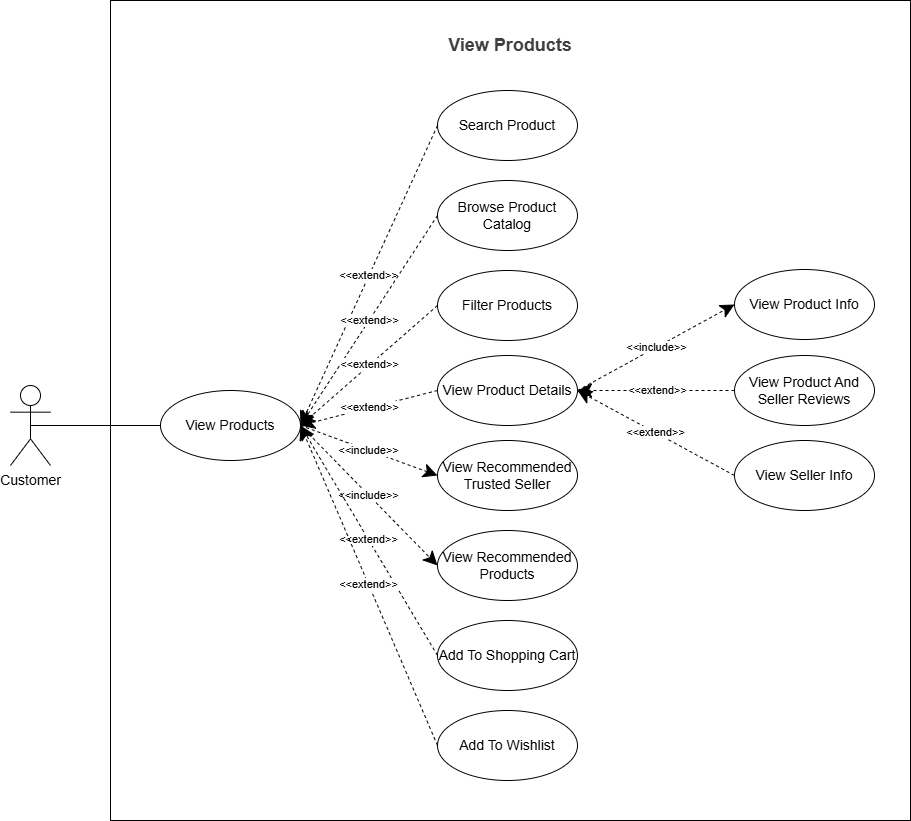
This is docs/usecases/detailed/view_products.drawio.png from Thu-sunrise/cloud_computing, a draw.io export, as it was before one commit. Source tidied: cells renumbered, new cells last; positions are measured from the earlier drawing's top-left corner, leaving out a move shared by most shapes.
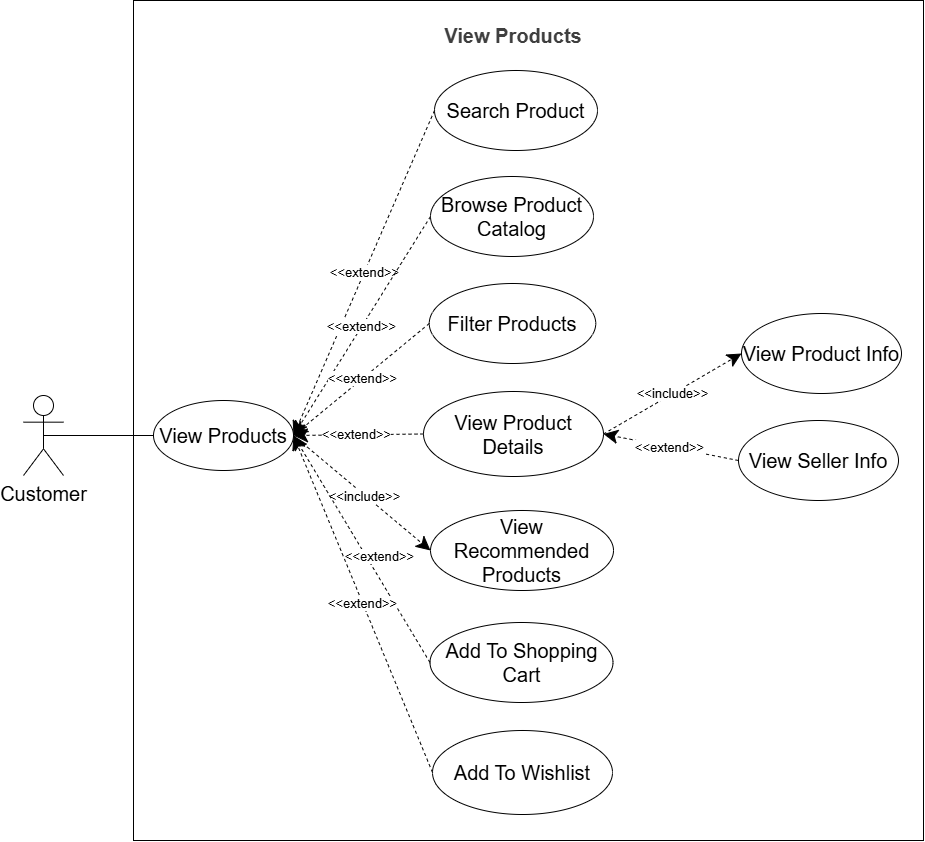
The same diagram one commit later.

Commit message:
Update usecase manage account and usecase view product

Change to the diagram source:
```diff
@@ -2,88 +2,76 @@
   <root>
     <mxCell id="0" />
     <mxCell id="1" parent="0" />
-    <mxCell id="2" style="rounded=0;whiteSpace=wrap;html=1;" parent="1" vertex="1">
-      <mxGeometry x="100" width="800" height="820" as="geometry" />
-    </mxCell>
+    <mxCell id="29" style="rounded=0;whiteSpace=wrap;html=1;" parent="1" vertex="1">
+      <mxGeometry x="154" y="82" width="790" height="840" as="geometry" />
+    </mxCell>
-    <mxCell id="3" value="&lt;font style=&quot;font-size: 14px;&quot;&gt;Search Product&lt;/font&gt;" style="ellipse;whiteSpace=wrap;html=1;" parent="1" vertex="1">
-      <mxGeometry x="427" y="90" width="140" height="70" as="geometry" />
+    <mxCell id="3" value="&lt;font style=&quot;font-size: 20px;&quot;&gt;Search Product&lt;/font&gt;" style="ellipse;whiteSpace=wrap;html=1;" parent="1" vertex="1">
+      <mxGeometry x="455" y="152" width="163" height="80" as="geometry" />
     </mxCell>
-    <mxCell id="4" value="&lt;font style=&quot;font-size: 14px;&quot;&gt;Browse Product Catalog&lt;/font&gt;" style="ellipse;whiteSpace=wrap;html=1;" parent="1" vertex="1">
-      <mxGeometry x="427" y="180" width="140" height="70" as="geometry" />
+    <mxCell id="4" value="&lt;font style=&quot;font-size: 20px;&quot;&gt;Browse Product Catalog&lt;/font&gt;" style="ellipse;whiteSpace=wrap;html=1;" parent="1" vertex="1">
+      <mxGeometry x="451" y="258" width="163" height="80" as="geometry" />
     </mxCell>
-    <mxCell id="5" value="&lt;font style=&quot;font-size: 14px;&quot;&gt;Filter Products&lt;/font&gt;" style="ellipse;whiteSpace=wrap;html=1;" parent="1" vertex="1">
-      <mxGeometry x="427" y="270" width="140" height="70" as="geometry" />
+    <mxCell id="5" value="&lt;font style=&quot;font-size: 20px;&quot;&gt;Filter Products&lt;/font&gt;" style="ellipse;whiteSpace=wrap;html=1;" parent="1" vertex="1">
+      <mxGeometry x="449.8" y="365" width="166.5" height="80" as="geometry" />
     </mxCell>
-    <mxCell id="6" value="&lt;font style=&quot;font-size: 14px;&quot;&gt;View Product Details&lt;/font&gt;" style="ellipse;whiteSpace=wrap;html=1;" parent="1" vertex="1">
-      <mxGeometry x="427" y="355" width="140" height="70" as="geometry" />
+    <mxCell id="6" value="&lt;font style=&quot;font-size: 20px;&quot;&gt;View Product Details&lt;/font&gt;" style="ellipse;whiteSpace=wrap;html=1;" parent="1" vertex="1">
+      <mxGeometry x="444" y="473" width="180" height="85" as="geometry" />
     </mxCell>
-    <mxCell id="7" value="&lt;font style=&quot;font-size: 14px;&quot;&gt;View Recommended Products&lt;/font&gt;" style="ellipse;whiteSpace=wrap;html=1;" parent="1" vertex="1">
-      <mxGeometry x="427" y="530" width="140" height="70" as="geometry" />
+    <mxCell id="7" value="&lt;font style=&quot;font-size: 20px;&quot;&gt;View Recommended Products&lt;/font&gt;" style="ellipse;whiteSpace=wrap;html=1;" parent="1" vertex="1">
+      <mxGeometry x="451" y="592" width="183" height="80" as="geometry" />
     </mxCell>
-    <mxCell id="8" value="&lt;font style=&quot;font-size: 14px;&quot;&gt;View Product And Seller Reviews&lt;/font&gt;" style="ellipse;whiteSpace=wrap;html=1;" parent="1" vertex="1">
-      <mxGeometry x="724" y="355" width="140" height="70" as="geometry" />
-    </mxCell>
-    <mxCell id="9" value="&lt;font style=&quot;font-size: 14px;&quot;&gt;View Seller Info&lt;/font&gt;" style="ellipse;whiteSpace=wrap;html=1;" parent="1" vertex="1">
-      <mxGeometry x="724" y="440" width="140" height="70" as="geometry" />
+    <mxCell id="9" value="&lt;font style=&quot;font-size: 20px;&quot;&gt;View Seller Info&lt;/font&gt;" style="ellipse;whiteSpace=wrap;html=1;" parent="1" vertex="1">
+      <mxGeometry x="759" y="502" width="160" height="80" as="geometry" />
     </mxCell>
-    <mxCell id="10" value="&lt;font style=&quot;font-size: 14px;&quot;&gt;View Recommended Trusted Seller&lt;/font&gt;" style="ellipse;whiteSpace=wrap;html=1;" parent="1" vertex="1">
-      <mxGeometry x="427" y="440" width="140" height="70" as="geometry" />
-    </mxCell>
-    <mxCell id="11" value="&lt;span style=&quot;font-size: 14px;&quot;&gt;Add To Shopping Cart&lt;/span&gt;" style="ellipse;whiteSpace=wrap;html=1;" parent="1" vertex="1">
-      <mxGeometry x="427" y="620" width="140" height="70" as="geometry" />
+    <mxCell id="11" value="&lt;font style=&quot;font-size: 20px;&quot;&gt;Add To Shopping Cart&lt;/font&gt;" style="ellipse;whiteSpace=wrap;html=1;" parent="1" vertex="1">
+      <mxGeometry x="450.5" y="704" width="183" height="80" as="geometry" />
     </mxCell>
-    <mxCell id="12" style="rounded=0;jettySize=auto;html=1;exitX=0.5;exitY=0.5;exitDx=0;exitDy=0;exitPerimeter=0;entryX=0;entryY=0.5;entryDx=0;entryDy=0;endArrow=none;endFill=0;" parent="1" edge="1" source="13" target="14">
-      <mxGeometry relative="1" as="geometry" />
-    </mxCell>
+    <mxCell id="30" style="rounded=0;jettySize=auto;html=1;exitX=0.5;exitY=0.5;exitDx=0;exitDy=0;exitPerimeter=0;entryX=0;entryY=0.5;entryDx=0;entryDy=0;endArrow=none;endFill=0;" parent="1" edge="1" source="13" target="31">
+      <mxGeometry relative="1" as="geometry" />
+    </mxCell>
-    <mxCell id="13" value="&lt;span style=&quot;font-size: 14px;&quot;&gt;Customer&lt;/span&gt;" style="shape=umlActor;verticalLabelPosition=bottom;verticalAlign=top;html=1;" parent="1" vertex="1">
-      <mxGeometry y="385" width="40" height="80" as="geometry" />
+    <mxCell id="13" value="&lt;font style=&quot;font-size: 20px;&quot;&gt;Customer&lt;/font&gt;" style="shape=umlActor;verticalLabelPosition=bottom;verticalAlign=top;html=1;" parent="1" vertex="1">
+      <mxGeometry x="44" y="477" width="40" height="80" as="geometry" />
     </mxCell>
-    <mxCell id="14" value="&lt;font style=&quot;font-size: 14px;&quot;&gt;View Products&lt;/font&gt;" style="ellipse;whiteSpace=wrap;html=1;" parent="1" vertex="1">
-      <mxGeometry x="150" y="390" width="140" height="70" as="geometry" />
-    </mxCell>
+    <mxCell id="31" value="&lt;font style=&quot;font-size: 20px;&quot;&gt;View Products&lt;/font&gt;" style="ellipse;whiteSpace=wrap;html=1;" parent="1" vertex="1">
+      <mxGeometry x="174" y="482" width="140" height="70" as="geometry" />
+    </mxCell>
-    <mxCell id="15" value="&amp;lt;&amp;lt;extend&amp;gt;&amp;gt;" style="endArrow=classic;endSize=12;dashed=1;html=1;rounded=0;exitX=0;exitY=0.5;exitDx=0;exitDy=0;entryX=1;entryY=0.5;entryDx=0;entryDy=0;endFill=1;" parent="1" edge="1" source="9" target="6">
+    <mxCell id="15" value="&lt;font style=&quot;font-size: 13px;&quot;&gt;&amp;lt;&amp;lt;extend&amp;gt;&amp;gt;&lt;/font&gt;" style="endArrow=classic;endSize=12;dashed=1;html=1;rounded=0;exitX=0;exitY=0.5;exitDx=0;exitDy=0;entryX=1;entryY=0.5;entryDx=0;entryDy=0;endFill=1;" parent="1" edge="1" source="9" target="6">
       <mxGeometry relative="1" as="geometry" />
     </mxCell>
-    <mxCell id="16" value="&amp;lt;&amp;lt;extend&amp;gt;&amp;gt;" style="endArrow=classic;endSize=12;dashed=1;html=1;rounded=0;exitX=0;exitY=0.5;exitDx=0;exitDy=0;endFill=1;" parent="1" edge="1" source="3">
-      <mxGeometry relative="1" as="geometry">
-        <mxPoint x="290" y="425" as="targetPoint" />
-      </mxGeometry>
-    </mxCell>
-    <mxCell id="17" value="&amp;lt;&amp;lt;extend&amp;gt;&amp;gt;" style="endArrow=classic;endSize=12;dashed=1;html=1;rounded=0;exitX=0;exitY=0.5;exitDx=0;exitDy=0;entryX=1;entryY=0.5;entryDx=0;entryDy=0;endFill=1;" parent="1" edge="1" source="4" target="14">
-      <mxGeometry relative="1" as="geometry" />
-    </mxCell>
-    <mxCell id="18" value="&amp;lt;&amp;lt;extend&amp;gt;&amp;gt;" style="endArrow=classic;endSize=12;dashed=1;html=1;rounded=0;exitX=0;exitY=0.5;exitDx=0;exitDy=0;entryX=1;entryY=0.5;entryDx=0;entryDy=0;endFill=1;" parent="1" edge="1" source="5" target="14">
-      <mxGeometry relative="1" as="geometry" />
-    </mxCell>
-    <mxCell id="19" value="&amp;lt;&amp;lt;extend&amp;gt;&amp;gt;" style="endArrow=classic;endSize=12;dashed=1;html=1;rounded=0;exitX=0;exitY=0.5;exitDx=0;exitDy=0;entryX=1;entryY=0.5;entryDx=0;entryDy=0;endFill=1;" parent="1" edge="1" source="6" target="14">
-      <mxGeometry relative="1" as="geometry" />
-    </mxCell>
-    <mxCell id="20" value="&amp;lt;&amp;lt;include&amp;gt;&amp;gt;" style="endArrow=classic;endSize=12;dashed=1;html=1;rounded=0;entryX=0;entryY=0.5;entryDx=0;entryDy=0;exitX=1;exitY=0.5;exitDx=0;exitDy=0;endFill=1;" parent="1" edge="1" source="14" target="10">
-      <mxGeometry relative="1" as="geometry" />
-    </mxCell>
-    <mxCell id="21" value="&amp;lt;&amp;lt;include&amp;gt;&amp;gt;" style="endArrow=classic;endSize=12;dashed=1;html=1;rounded=0;exitX=1;exitY=0.5;exitDx=0;exitDy=0;entryX=0;entryY=0.5;entryDx=0;entryDy=0;endFill=1;" parent="1" edge="1" source="14" target="7">
-      <mxGeometry relative="1" as="geometry" />
-    </mxCell>
-    <mxCell id="22" value="&amp;lt;&amp;lt;extend&amp;gt;&amp;gt;" style="endArrow=classic;endSize=12;dashed=1;html=1;rounded=0;exitX=0;exitY=0.5;exitDx=0;exitDy=0;endFill=1;entryX=1;entryY=0.5;entryDx=0;entryDy=0;" parent="1" edge="1" source="11" target="14">
-      <mxGeometry relative="1" as="geometry" />
-    </mxCell>
+    <mxCell id="32" value="&lt;font style=&quot;font-size: 13px;&quot;&gt;&amp;lt;&amp;lt;extend&amp;gt;&amp;gt;&lt;/font&gt;" style="endArrow=classic;endSize=12;dashed=1;html=1;rounded=0;exitX=0;exitY=0.5;exitDx=0;exitDy=0;endFill=1;" parent="1" edge="1" source="3">
+      <mxGeometry relative="1" as="geometry">
+        <mxPoint x="314" y="517" as="targetPoint" />
+      </mxGeometry>
+    </mxCell>
+    <mxCell id="33" value="&lt;font style=&quot;font-size: 13px;&quot;&gt;&amp;lt;&amp;lt;extend&amp;gt;&amp;gt;&lt;/font&gt;" style="endArrow=classic;endSize=12;dashed=1;html=1;rounded=0;exitX=0;exitY=0.5;exitDx=0;exitDy=0;entryX=1;entryY=0.5;entryDx=0;entryDy=0;endFill=1;" parent="1" edge="1" source="4" target="31">
+      <mxGeometry relative="1" as="geometry" />
+    </mxCell>
+    <mxCell id="34" value="&lt;font style=&quot;font-size: 13px;&quot;&gt;&amp;lt;&amp;lt;extend&amp;gt;&amp;gt;&lt;/font&gt;" style="endArrow=classic;endSize=12;dashed=1;html=1;rounded=0;exitX=0;exitY=0.5;exitDx=0;exitDy=0;entryX=1;entryY=0.5;entryDx=0;entryDy=0;endFill=1;" parent="1" edge="1" source="5" target="31">
+      <mxGeometry relative="1" as="geometry" />
+    </mxCell>
+    <mxCell id="35" value="&lt;font style=&quot;font-size: 13px;&quot;&gt;&amp;lt;&amp;lt;extend&amp;gt;&amp;gt;&lt;/font&gt;" style="endArrow=classic;endSize=12;dashed=1;html=1;rounded=0;exitX=0;exitY=0.5;exitDx=0;exitDy=0;entryX=1;entryY=0.5;entryDx=0;entryDy=0;endFill=1;" parent="1" edge="1" source="6" target="31">
+      <mxGeometry relative="1" as="geometry" />
+    </mxCell>
+    <mxCell id="36" value="&lt;font style=&quot;font-size: 13px;&quot;&gt;&amp;lt;&amp;lt;include&amp;gt;&amp;gt;&lt;/font&gt;" style="endArrow=classic;endSize=12;dashed=1;html=1;rounded=0;exitX=1;exitY=0.5;exitDx=0;exitDy=0;entryX=0;entryY=0.5;entryDx=0;entryDy=0;endFill=1;" parent="1" edge="1" source="31" target="7">
+      <mxGeometry x="0.03" y="-1" relative="1" as="geometry" />
+    </mxCell>
+    <mxCell id="37" value="&lt;font style=&quot;font-size: 13px;&quot;&gt;&amp;lt;&amp;lt;extend&amp;gt;&amp;gt;&lt;/font&gt;" style="endArrow=classic;endSize=12;dashed=1;html=1;rounded=0;exitX=0;exitY=0.5;exitDx=0;exitDy=0;endFill=1;entryX=1;entryY=0.5;entryDx=0;entryDy=0;" parent="1" edge="1" source="11" target="31">
+      <mxGeometry x="-0.12" y="-11" relative="1" as="geometry" />
+    </mxCell>
-    <mxCell id="23" value="&lt;span style=&quot;font-size: 14px;&quot;&gt;View Product Info&lt;/span&gt;" style="ellipse;whiteSpace=wrap;html=1;" parent="1" vertex="1">
-      <mxGeometry x="724" y="269" width="140" height="70" as="geometry" />
+    <mxCell id="23" value="&lt;font style=&quot;font-size: 20px;&quot;&gt;View Product Info&lt;/font&gt;" style="ellipse;whiteSpace=wrap;html=1;" parent="1" vertex="1">
+      <mxGeometry x="762" y="395" width="160" height="80" as="geometry" />
     </mxCell>
-    <mxCell id="24" value="&amp;lt;&amp;lt;include&amp;gt;&amp;gt;" style="endArrow=classic;endSize=12;dashed=1;html=1;rounded=0;exitX=1;exitY=0.5;exitDx=0;exitDy=0;entryX=0;entryY=0.5;entryDx=0;entryDy=0;endFill=1;" parent="1" edge="1" source="6" target="23">
+    <mxCell id="24" value="&lt;font style=&quot;font-size: 13px;&quot;&gt;&amp;lt;&amp;lt;include&amp;gt;&amp;gt;&lt;/font&gt;" style="endArrow=classic;endSize=12;dashed=1;html=1;rounded=0;exitX=1;exitY=0.5;exitDx=0;exitDy=0;entryX=0;entryY=0.5;entryDx=0;entryDy=0;endFill=1;" parent="1" edge="1" source="6" target="23">
       <mxGeometry relative="1" as="geometry" />
     </mxCell>
-    <mxCell id="25" value="&lt;span style=&quot;font-size: 14px;&quot;&gt;Add To Wishlist&lt;/span&gt;" style="ellipse;whiteSpace=wrap;html=1;" parent="1" vertex="1">
-      <mxGeometry x="427" y="710" width="140" height="70" as="geometry" />
+    <mxCell id="25" value="&lt;font style=&quot;font-size: 20px;&quot;&gt;Add To Wishlist&lt;/font&gt;" style="ellipse;whiteSpace=wrap;html=1;" parent="1" vertex="1">
+      <mxGeometry x="453" y="812" width="180" height="84" as="geometry" />
     </mxCell>
-    <mxCell id="26" value="&amp;lt;&amp;lt;extend&amp;gt;&amp;gt;" style="endArrow=classic;endSize=12;dashed=1;html=1;rounded=0;exitX=0;exitY=0.5;exitDx=0;exitDy=0;entryX=1;entryY=0.5;entryDx=0;entryDy=0;endFill=1;" parent="1" edge="1" source="25" target="14">
-      <mxGeometry relative="1" as="geometry" />
-    </mxCell>
-    <mxCell id="27" value="&amp;lt;&amp;lt;extend&amp;gt;&amp;gt;" style="endArrow=classic;endSize=12;dashed=1;html=1;rounded=0;exitX=0;exitY=0.5;exitDx=0;exitDy=0;entryX=1;entryY=0.5;entryDx=0;entryDy=0;endFill=1;" parent="1" edge="1" source="8" target="6">
-      <mxGeometry relative="1" as="geometry" />
-    </mxCell>
-    <mxCell id="28" value="&lt;span style=&quot;color: rgb(63, 63, 63);&quot;&gt;&lt;b style=&quot;&quot;&gt;&lt;font style=&quot;font-size: 18px;&quot;&gt;View Products&lt;/font&gt;&lt;/b&gt;&lt;/span&gt;" style="text;html=1;align=center;verticalAlign=middle;whiteSpace=wrap;rounded=0;" parent="1" vertex="1">
-      <mxGeometry x="410" y="30" width="180" height="30" as="geometry" />
-    </mxCell>
+    <mxCell id="38" value="&lt;font style=&quot;font-size: 13px;&quot;&gt;&amp;lt;&amp;lt;extend&amp;gt;&amp;gt;&lt;/font&gt;" style="endArrow=classic;endSize=12;dashed=1;html=1;rounded=0;exitX=0;exitY=0.5;exitDx=0;exitDy=0;entryX=1;entryY=0.5;entryDx=0;entryDy=0;endFill=1;" parent="1" edge="1" source="25" target="31">
+      <mxGeometry relative="1" as="geometry" />
+    </mxCell>
+    <mxCell id="39" value="&lt;span style=&quot;color: rgb(63, 63, 63);&quot;&gt;&lt;b style=&quot;&quot;&gt;&lt;font style=&quot;font-size: 20px;&quot;&gt;View Products&lt;/font&gt;&lt;/b&gt;&lt;/span&gt;" style="text;html=1;align=center;verticalAlign=middle;whiteSpace=wrap;rounded=0;" parent="1" vertex="1">
+      <mxGeometry x="444" y="102" width="180" height="30" as="geometry" />
+    </mxCell>
   </root>
 </mxGraphModel>
```
